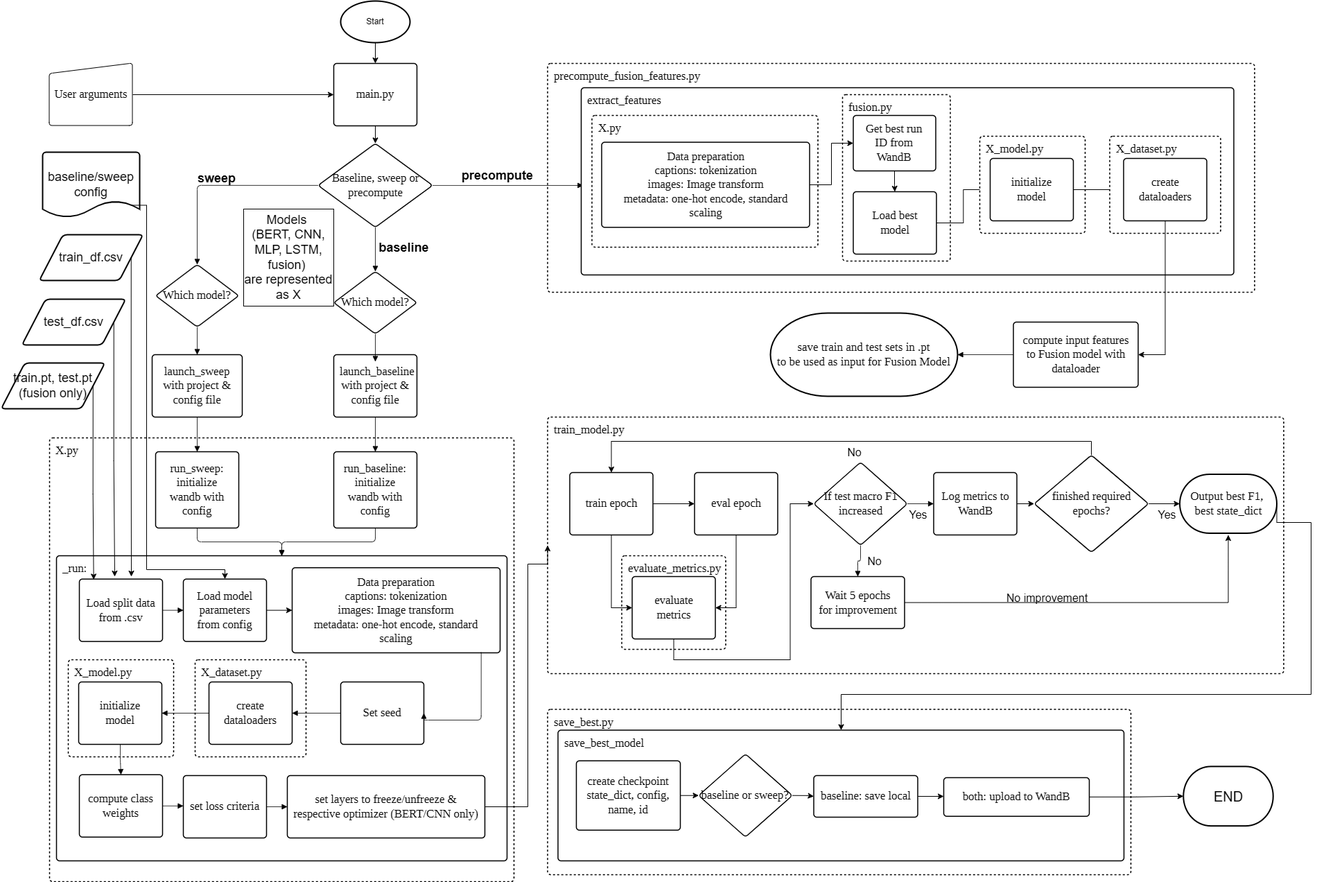
This is charts/genAIdeepL.drawio.png from cheriechia/genAI-deepL-project, a draw.io export, as it was before one commit. Source tidied: cells renumbered, new cells last; positions are measured from the earlier drawing's top-left corner, leaving out a move shared by most shapes.
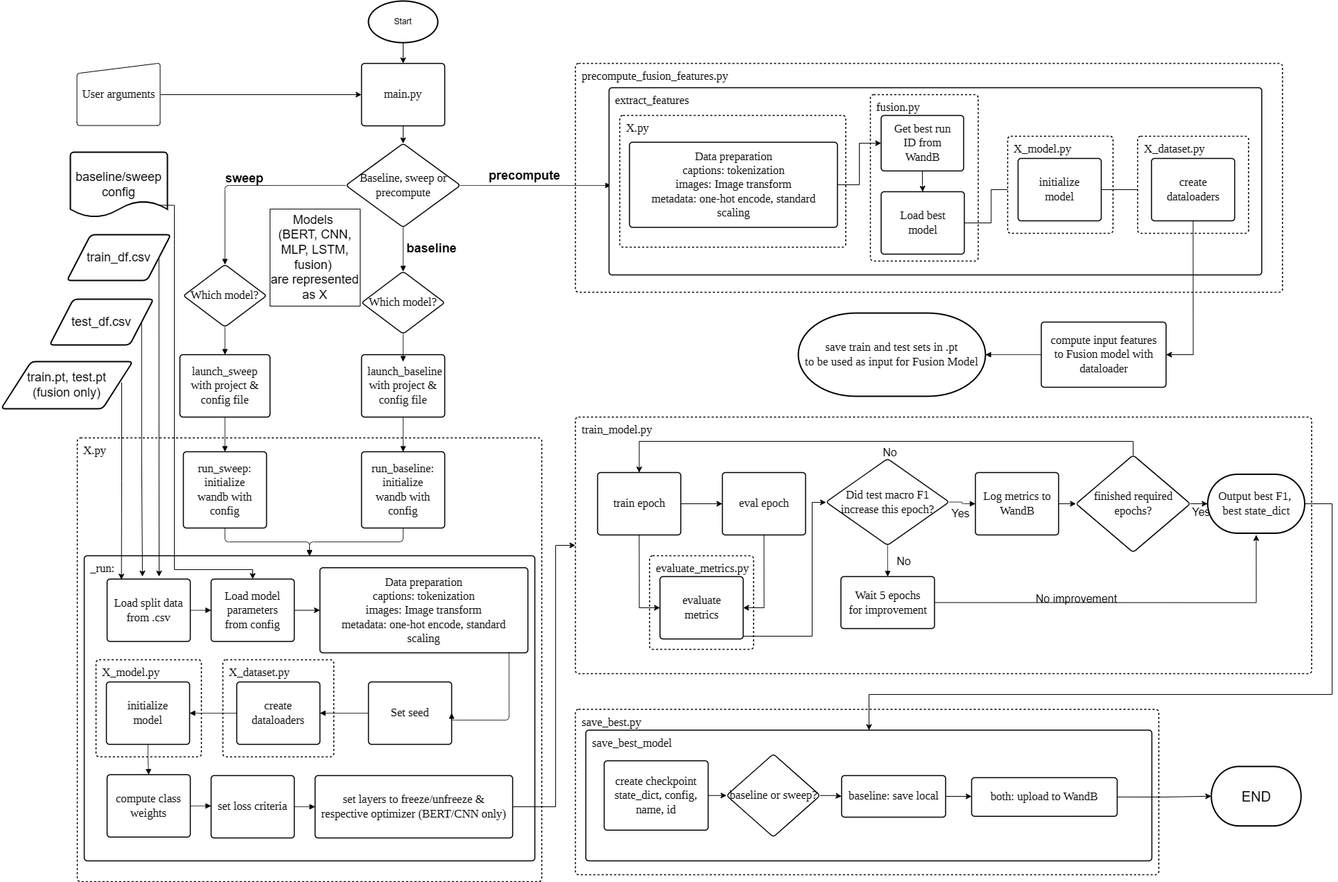
The same diagram one commit later.

What changed in the source:
```diff
@@ -137,7 +137,7 @@
       <mxGeometry relative="1" as="geometry">
         <Array as="points">
           <mxPoint x="760" y="1162" />
-          <mxPoint x="760" y="812" />
+          <mxPoint x="760" y="785" />
         </Array>
       </mxGeometry>
     </mxCell>
@@ -196,26 +196,27 @@
     <mxCell id="60" value="eval epoch" style="html=1;overflow=block;blockSpacing=1;whiteSpace=wrap;fontSize=16.7;fontFamily=Liberation Serif;spacing=9;strokeOpacity=100;rounded=1;absoluteArcSize=1;arcSize=9;fillColor=light-dark(#FFFFFF,#FFFFFF);strokeWidth=1.5;lucidId=QQ~yHYZaUTCO;strokeColor=light-dark(#000000,#000000);fontColor=light-dark(#000000,#000000);" parent="1" vertex="1">
       <mxGeometry x="1000.5" y="680" width="120" height="90" as="geometry" />
     </mxCell>
-    <mxCell id="61" style="edgeStyle=orthogonalEdgeStyle;rounded=0;jettySize=auto;html=1;exitX=0.5;exitY=1;exitDx=0;exitDy=0;entryX=0;entryY=0.5;entryDx=0;entryDy=0;fillColor=light-dark(#FFFFFF,#FFFFFF);strokeColor=light-dark(#000000,#000000);fontColor=light-dark(#000000,#000000);" parent="1" edge="1" source="62" target="63">
+    <mxCell id="61" style="edgeStyle=orthogonalEdgeStyle;rounded=0;jettySize=auto;html=1;exitX=0.5;exitY=1;exitDx=0;exitDy=0;entryX=0;entryY=0.5;entryDx=0;entryDy=0;fillColor=light-dark(#FFFFFF,#FFFFFF);strokeColor=light-dark(#000000,#000000);fontColor=light-dark(#000000,#000000);" parent="1" edge="1" target="63">
       <mxGeometry relative="1" as="geometry">
+        <mxPoint x="968.5" y="916" as="sourcePoint" />
         <Array as="points">
-          <mxPoint x="970.5" y="950" />
-          <mxPoint x="1138.5" y="950" />
-          <mxPoint x="1138.5" y="725" />
+          <mxPoint x="1130" y="916" />
+          <mxPoint x="1130" y="723" />
+          <mxPoint x="1150" y="723" />
         </Array>
       </mxGeometry>
     </mxCell>
     <mxCell id="62" value="evaluate metrics" style="html=1;overflow=block;blockSpacing=1;whiteSpace=wrap;fontSize=16.7;fontFamily=Liberation Serif;spacing=9;strokeOpacity=100;rounded=1;absoluteArcSize=1;arcSize=9;fillColor=light-dark(#FFFFFF,#FFFFFF);strokeWidth=1.5;lucidId=VQ~yhce7cqCC;strokeColor=light-dark(#000000,#000000);fontColor=light-dark(#000000,#000000);" parent="1" vertex="1">
       <mxGeometry x="910.5" y="830" width="120" height="90" as="geometry" />
     </mxCell>
-    <mxCell id="63" value="If test macro F1 increased" style="html=1;overflow=block;blockSpacing=1;whiteSpace=wrap;rhombus;fontSize=16.7;fontFamily=Liberation Serif;spacing=3.8;strokeOpacity=100;rounded=1;absoluteArcSize=1;arcSize=9;fillColor=light-dark(#FFFFFF,#FFFFFF);strokeWidth=1.5;lucidId=mR~yffp.QNzp;strokeColor=light-dark(#000000,#000000);fontColor=light-dark(#000000,#000000);" parent="1" vertex="1">
-      <mxGeometry x="1172.5" y="665" width="135" height="120" as="geometry" />
+    <mxCell id="63" value="Did test macro F1 increase this epoch?" style="html=1;overflow=block;blockSpacing=1;whiteSpace=wrap;rhombus;fontSize=16.7;fontFamily=Liberation Serif;spacing=3.8;strokeOpacity=100;rounded=1;absoluteArcSize=1;arcSize=9;fillColor=light-dark(#FFFFFF,#FFFFFF);strokeWidth=1.5;lucidId=mR~yffp.QNzp;strokeColor=light-dark(#000000,#000000);fontColor=light-dark(#000000,#000000);" parent="1" vertex="1">
+      <mxGeometry x="1150" y="660" width="177.5" height="125" as="geometry" />
     </mxCell>
     <mxCell id="64" style="edgeStyle=orthogonalEdgeStyle;rounded=0;jettySize=auto;html=1;fillColor=light-dark(#FFFFFF,#FFFFFF);strokeColor=light-dark(#000000,#000000);fontColor=light-dark(#000000,#000000);" parent="1" edge="1" source="65" target="80">
       <mxGeometry relative="1" as="geometry" />
     </mxCell>
     <mxCell id="65" value="Log metrics to WandB" style="html=1;overflow=block;blockSpacing=1;whiteSpace=wrap;fontSize=16.7;fontFamily=Liberation Serif;spacing=9;strokeOpacity=100;rounded=1;absoluteArcSize=1;arcSize=9;fillColor=light-dark(#FFFFFF,#FFFFFF);strokeWidth=1.5;lucidId=3R~ycrUi7DL6;strokeColor=light-dark(#000000,#000000);fontColor=light-dark(#000000,#000000);" parent="1" vertex="1">
-      <mxGeometry x="1345.5" y="680" width="120" height="90" as="geometry" />
+      <mxGeometry x="1365.5" y="680" width="120" height="90" as="geometry" />
     </mxCell>
     <mxCell id="66" style="html=1;jettySize=18;whiteSpace=wrap;fontSize=13.3;fontFamily=Liberation Serif;fontColor=light-dark(#000000,#000000);fontStyle=1;strokeColor=light-dark(#000000,#000000);strokeOpacity=100;strokeWidth=0.8;rounded=1;arcSize=12;edgeStyle=orthogonalEdgeStyle;startArrow=none;endArrow=block;endFill=1;exitX=1;exitY=0.5;exitPerimeter=0;entryX=0;entryY=0.5;entryPerimeter=0;lucidId=5R~y4PxWQhPT;fillColor=light-dark(#FFFFFF,#FFFFFF);" parent="1" edge="1" source="63" target="65">
       <mxGeometry relative="1" as="geometry" />
@@ -236,7 +237,7 @@
       </mxGeometry>
     </mxCell>
     <mxCell id="70" value="Wait 5 epochs for improvement" style="html=1;overflow=block;blockSpacing=1;whiteSpace=wrap;fontSize=16.7;fontFamily=Liberation Serif;spacing=9;strokeOpacity=100;rounded=1;absoluteArcSize=1;arcSize=9;fillColor=light-dark(#FFFFFF,#FFFFFF);strokeWidth=1.5;lucidId=dS~yk6xot09y;strokeColor=light-dark(#000000,#000000);fontColor=light-dark(#000000,#000000);" parent="1" vertex="1">
-      <mxGeometry x="1168.5" y="830" width="135" height="75" as="geometry" />
+      <mxGeometry x="1171.5" y="830" width="135" height="75" as="geometry" />
     </mxCell>
     <mxCell id="71" style="html=1;jettySize=18;whiteSpace=wrap;fontSize=13.3;fontFamily=Liberation Serif;fontColor=light-dark(#000000,#000000);fontStyle=1;strokeColor=light-dark(#000000,#000000);strokeOpacity=100;strokeWidth=0.8;rounded=1;arcSize=12;edgeStyle=orthogonalEdgeStyle;startArrow=none;endArrow=block;endFill=1;exitX=0.5;exitY=1;exitPerimeter=0;entryX=0.5;entryY=0;entryPerimeter=0;lucidId=qS~y5lmB1bbX;fillColor=light-dark(#FFFFFF,#FFFFFF);" parent="1" edge="1" source="63" target="70">
       <mxGeometry relative="1" as="geometry" />
@@ -249,9 +250,8 @@
     <mxCell id="73" style="edgeStyle=orthogonalEdgeStyle;rounded=0;jettySize=auto;html=1;exitX=1;exitY=0.5;exitDx=0;exitDy=0;exitPerimeter=0;fillColor=light-dark(#FFFFFF,#FFFFFF);strokeColor=light-dark(#000000,#000000);fontColor=light-dark(#000000,#000000);" parent="1" edge="1" source="74" target="83">
       <mxGeometry relative="1" as="geometry">
         <Array as="points">
-          <mxPoint x="1841" y="752" />
-          <mxPoint x="1890" y="752" />
-          <mxPoint x="1890" y="1000" />
+          <mxPoint x="1880" y="725" />
+          <mxPoint x="1880" y="1000" />
           <mxPoint x="1212" y="1000" />
         </Array>
       </mxGeometry>
@@ -279,7 +279,7 @@
       </mxGeometry>
     </mxCell>
     <mxCell id="80" value="finished required epochs?" style="html=1;overflow=block;blockSpacing=1;whiteSpace=wrap;rhombus;fontSize=16.7;fontFamily=Liberation Serif;spacing=3.8;strokeOpacity=100;rounded=1;absoluteArcSize=1;arcSize=9;fillColor=light-dark(#FFFFFF,#FFFFFF);strokeWidth=1.5;lucidId=mR~yffp.QNzp;strokeColor=light-dark(#000000,#000000);fontColor=light-dark(#000000,#000000);" parent="1" vertex="1">
-      <mxGeometry x="1490.5" y="655" width="165" height="140" as="geometry" />
+      <mxGeometry x="1510.5" y="655" width="165" height="140" as="geometry" />
     </mxCell>
     <mxCell id="81" style="edgeStyle=orthogonalEdgeStyle;rounded=0;jettySize=auto;html=1;fillColor=light-dark(#FFFFFF,#FFFFFF);strokeColor=light-dark(#000000,#000000);fontColor=light-dark(#000000,#000000);" parent="1" edge="1" source="82" target="10">
       <mxGeometry relative="1" as="geometry" />
@@ -345,8 +345,8 @@
         </Array>
       </mxGeometry>
     </mxCell>
-    <mxCell id="99" value="Models&amp;nbsp;&lt;div&gt;(BERT, CNN, MLP, LSTM, fusion)&amp;nbsp;&lt;/div&gt;&lt;div&gt;are represented as X&lt;/div&gt;" style="text;html=1;whiteSpace=wrap;strokeColor=light-dark(#000000,#000000);fillColor=light-dark(#FFFFFF,#FFFFFF);align=center;verticalAlign=middle;rounded=0;fontSize=18;fontColor=light-dark(#000000,#000000);" parent="1" vertex="1">
-      <mxGeometry x="350" y="300" width="130" height="140" as="geometry" />
+    <mxCell id="99" value="Models&amp;nbsp;&lt;div&gt;(BERT, CNN, MLP, LSTM, fusion)&amp;nbsp;&lt;/div&gt;&lt;div&gt;are represented as X&lt;/div&gt;" style="text;html=1;whiteSpace=wrap;strokeColor=light-dark(#000000,#FFFFFF);fillColor=light-dark(#FFFFFF,#FFFFFF);align=center;verticalAlign=middle;rounded=0;fontSize=18;fontColor=light-dark(#000000,#000000);" parent="1" vertex="1">
+      <mxGeometry x="348" y="300" width="130" height="140" as="geometry" />
     </mxCell>
     <mxCell id="100" style="edgeStyle=orthogonalEdgeStyle;rounded=0;jettySize=auto;html=1;exitX=1;exitY=0.5;exitDx=0;exitDy=0;entryX=0;entryY=0.5;entryDx=0;entryDy=0;fillColor=light-dark(#FFFFFF,#FFFFFF);strokeColor=light-dark(#000000,#000000);fontColor=light-dark(#000000,#000000);" parent="1" edge="1" source="101" target="103">
       <mxGeometry relative="1" as="geometry" />
@@ -385,10 +385,12 @@
       <mxGeometry x="1619.5" y="227" width="120" height="90" as="geometry" />
     </mxCell>
     <mxCell id="112" value="&lt;font style=&quot;font-size: 18px;&quot;&gt;train.pt, test.pt&lt;/font&gt;&lt;div&gt;&lt;font style=&quot;font-size: 18px;&quot;&gt;(fusion only)&lt;/font&gt;&lt;/div&gt;" style="shape=parallelogram;html=1;strokeWidth=2;perimeter=parallelogramPerimeter;whiteSpace=wrap;rounded=1;arcSize=12;size=0.23;fillColor=light-dark(#FFFFFF,#FFFFFF);strokeColor=light-dark(#000000,#000000);fontColor=light-dark(#000000,#000000);" parent="1" vertex="1">
-      <mxGeometry y="522" width="150" height="66" as="geometry" />
+      <mxGeometry x="-40" y="520" width="190" height="68" as="geometry" />
     </mxCell>
-    <mxCell id="113" style="edgeStyle=orthogonalEdgeStyle;rounded=0;jettySize=auto;html=1;exitX=1;exitY=0.5;exitDx=0;exitDy=0;entryX=0.172;entryY=0.009;entryDx=0;entryDy=0;entryPerimeter=0;fillColor=light-dark(#FFFFFF,#FFFFFF);strokeColor=light-dark(#000000,#000000);fontColor=light-dark(#000000,#000000);" parent="1" edge="1" source="112" target="34">
-      <mxGeometry relative="1" as="geometry" />
+    <mxCell id="113" style="edgeStyle=orthogonalEdgeStyle;rounded=0;jettySize=auto;html=1;entryX=0.172;entryY=0.009;entryDx=0;entryDy=0;entryPerimeter=0;fillColor=light-dark(#FFFFFF,#FFFFFF);strokeColor=light-dark(#000000,#000000);fontColor=light-dark(#000000,#000000);" parent="1" edge="1" target="34">
+      <mxGeometry relative="1" as="geometry">
+        <mxPoint x="134" y="550" as="sourcePoint" />
+      </mxGeometry>
     </mxCell>
   </root>
 </mxGraphModel>
```
